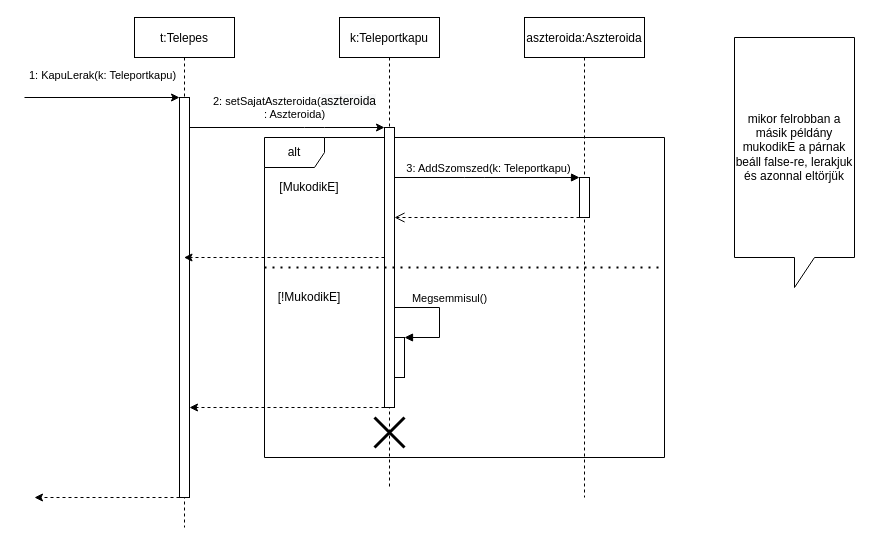
The draw.io diagram doc/uml/placeNyersanyag.drawio in torpeBoiGo/aszteroidabanyaszat, before the edit. Source tidied: cells renumbered, new cells numbered last; positions are measured from the earlier drawing's top-left corner, leaving out a move shared by most shapes. Both pictures are drawn from the tidied source at 100%, with x=0, y=0 at pixel (24, 17).
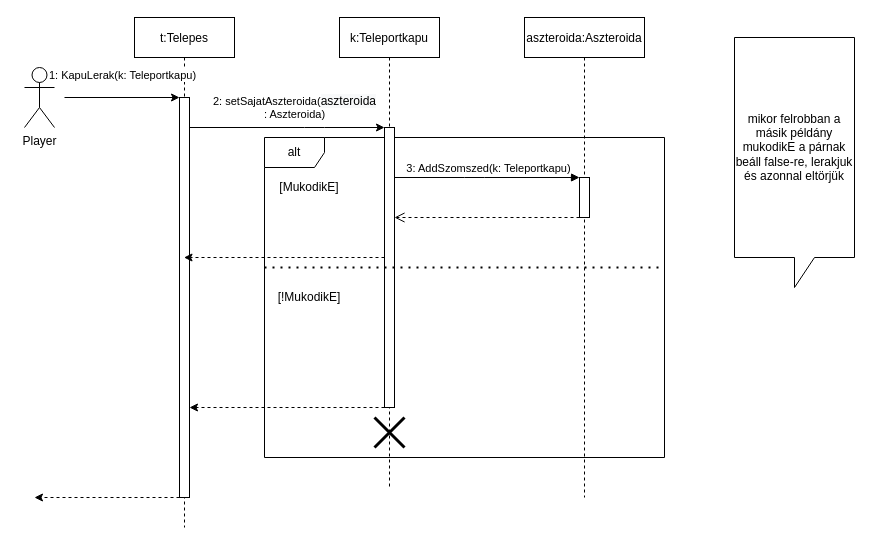
After the change.

Commit message:
megsemmisul nem kell

The change refers to these unchanged cells:
```xml
<mxCell id="4" style="points=[];perimeter=orthogonalPerimeter;rounded=0;shadow=0;strokeWidth=1;" parent="3" vertex="1">
  <mxGeometry x="45" y="80" width="10" height="400" as="geometry" />
</mxCell>
<mxCell id="9" value="k:Teleportkapu" style="shape=umlLifeline;perimeter=lifelinePerimeter;rounded=0;shadow=0;strokeWidth=1;" parent="1" vertex="1">
  <mxGeometry x="315" width="100" height="470" as="geometry" />
</mxCell>
<mxCell id="10" style="points=[];perimeter=orthogonalPerimeter;rounded=0;shadow=0;strokeWidth=1;" parent="9" vertex="1">
  <mxGeometry x="45" y="110" width="10" height="280" as="geometry" />
</mxCell>
```

The edit, as a diff of the source:
```diff
@@
     <mxCell id="7" value="1: KapuLerak(k: Teleportkapu)" style="endArrow=classic;html=1;" parent="1" edge="1" target="4">
       <mxGeometry y="22" relative="1" as="geometry">
-        <mxPoint y="80" as="sourcePoint" />
+        <mxPoint x="40" y="80" as="sourcePoint" />
       </mxGeometry>
     </mxCell>
@@
-    <mxCell id="11" style="html=1;points=[];perimeter=orthogonalPerimeter;" parent="9" vertex="1">
-      <mxGeometry x="55" y="320" width="10" height="40" as="geometry" />
-    </mxCell>
-    <mxCell id="12" value="Megsemmisul()" style="html=1;verticalAlign=bottom;endArrow=block;rounded=0;" parent="9" edge="1" source="10" target="11">
-      <mxGeometry x="-0.18" y="10" relative="1" as="geometry">
-        <Array as="points">
-          <mxPoint x="100" y="290" />
-          <mxPoint x="100" y="320" />
-        </Array>
-      </mxGeometry>
-    </mxCell>
@@
+    <mxCell id="23" value="Player" style="shape=umlActor;verticalLabelPosition=bottom;verticalAlign=top;html=1;" parent="1" vertex="1">
+      <mxGeometry y="50" width="30" height="60" as="geometry" />
+    </mxCell>
```
